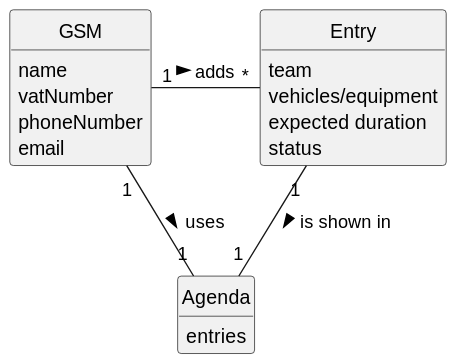
Above: docs/sprint3/us022/02.analysis/svg/us022-domain-model.svg in tiagosoa/lei-24-s2-1dgh-g073 (PlantUML), before the change.
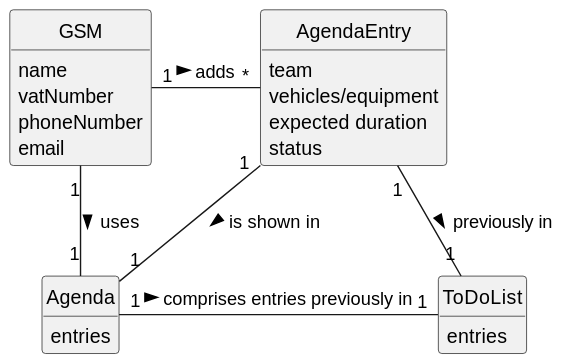
The same diagram one commit later.

What changed in the source:
```diff
@@ -18,7 +18,7 @@
     email
 }
 
-class Entry {
+class AgendaEntry {
     team
     vehicles/equipment
     expected duration
@@ -29,8 +29,14 @@
     entries
 }
 
+class ToDoList {
+    entries
+}
 
-GSM "1" - "*" Entry: adds >
+
+GSM "1" - "*" AgendaEntry: adds >
 GSM "1" -- "1" Agenda: uses >
-Entry "1" -- "1" Agenda: is shown in >
+AgendaEntry "1" -- "1" Agenda: is shown in >
+AgendaEntry "1" -- "1" ToDoList: previously in >
+Agenda "1" - "1" ToDoList: comprises entries previously in >
 @enduml
```
